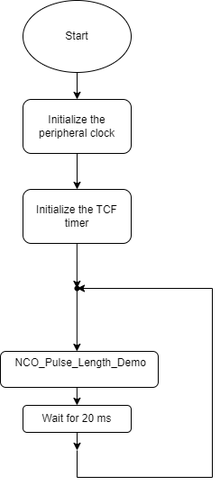
Above: images/ncoPlFlowchart.png in microchip-pic-avr-examples/avr16eb32-getting-started-with-tcf-mplab-mcc (draw.io), before the change. Source tidied: cells renumbered, new cells last; positions are measured from the earlier drawing's top-left corner, leaving out a move shared by most shapes. Source of this version:
```xml
<mxGraphModel>
  <root>
    <mxCell id="0" />
    <mxCell id="1" parent="0" />
    <mxCell id="2" style="edgeStyle=orthogonalEdgeStyle;rounded=0;jettySize=auto;html=1;" parent="1" edge="1" source="3" target="5">
      <mxGeometry relative="1" as="geometry" />
    </mxCell>
    <mxCell id="3" value="Start" style="ellipse;whiteSpace=wrap;html=1;" parent="1" vertex="1">
      <mxGeometry x="25" width="120" height="80" as="geometry" />
    </mxCell>
    <mxCell id="4" style="edgeStyle=orthogonalEdgeStyle;rounded=0;jettySize=auto;html=1;" parent="1" edge="1" source="5" target="6">
      <mxGeometry relative="1" as="geometry" />
    </mxCell>
    <mxCell id="5" value="Initialize the peripheral clock" style="rounded=1;whiteSpace=wrap;html=1;" parent="1" vertex="1">
      <mxGeometry x="25" y="110" width="120" height="60" as="geometry" />
    </mxCell>
    <mxCell id="6" value="Initialize the TCF timer" style="rounded=1;whiteSpace=wrap;html=1;" parent="1" vertex="1">
      <mxGeometry x="25" y="210" width="120" height="60" as="geometry" />
    </mxCell>
    <mxCell id="7" value="&lt;div&gt;&amp;nbsp;NCO_Pulse_Length_Demo&lt;/div&gt;&lt;div&gt;&lt;br&gt;&lt;/div&gt;" style="rounded=1;whiteSpace=wrap;html=1;" parent="1" vertex="1">
      <mxGeometry y="390" width="175" height="40" as="geometry" />
    </mxCell>
    <mxCell id="8" style="endArrow=classic;html=1;rounded=0;" parent="1" edge="1">
      <mxGeometry relative="1" as="geometry">
        <mxPoint x="84.9" y="270" as="sourcePoint" />
        <mxPoint x="84.9" y="320" as="targetPoint" />
      </mxGeometry>
    </mxCell>
    <mxCell id="9" style="endArrow=classic;html=1;rounded=0;entryX=0.441;entryY=0.667;entryDx=0;entryDy=0;entryPerimeter=0;" parent="1" edge="1">
      <mxGeometry relative="1" as="geometry">
        <mxPoint x="84.9" y="320" as="sourcePoint" />
        <mxPoint x="84.9" y="390" as="targetPoint" />
      </mxGeometry>
    </mxCell>
    <mxCell id="10" style="endArrow=classic;html=1;rounded=0;" parent="1" edge="1" source="15">
      <mxGeometry relative="1" as="geometry">
        <mxPoint x="85" y="500" as="targetPoint" />
      </mxGeometry>
    </mxCell>
    <mxCell id="11" style="endArrow=classic;html=1;rounded=0;edgeStyle=orthogonalEdgeStyle;" parent="1" edge="1" source="13">
      <mxGeometry relative="1" as="geometry">
        <mxPoint x="85" y="320" as="targetPoint" />
      </mxGeometry>
    </mxCell>
    <mxCell id="12" style="endArrow=classic;html=1;rounded=0;edgeStyle=orthogonalEdgeStyle;" parent="1" edge="1" target="13">
      <mxGeometry relative="1" as="geometry">
        <mxPoint x="85" y="500" as="sourcePoint" />
        <Array as="points">
          <mxPoint x="85" y="530" />
          <mxPoint x="235" y="530" />
          <mxPoint x="235" y="320" />
        </Array>
      </mxGeometry>
    </mxCell>
    <mxCell id="13" style="shape=waypoint;sketch=0;fillStyle=solid;size=6;points=[];fillColor=none;perimeter=centerPerimeter;snapToPoint=1;" parent="1" vertex="1">
      <mxGeometry x="75" y="310" width="20" height="20" as="geometry" />
    </mxCell>
    <mxCell id="14" style="endArrow=classic;html=1;rounded=0;" parent="1" edge="1" target="15">
      <mxGeometry relative="1" as="geometry">
        <mxPoint x="84.9" y="430" as="sourcePoint" />
      </mxGeometry>
    </mxCell>
    <mxCell id="15" value="Wait for 20 ms" style="rounded=1;whiteSpace=wrap;html=1;" parent="1" vertex="1">
      <mxGeometry x="25" y="450" width="120" height="30" as="geometry" />
    </mxCell>
  </root>
</mxGraphModel>
```
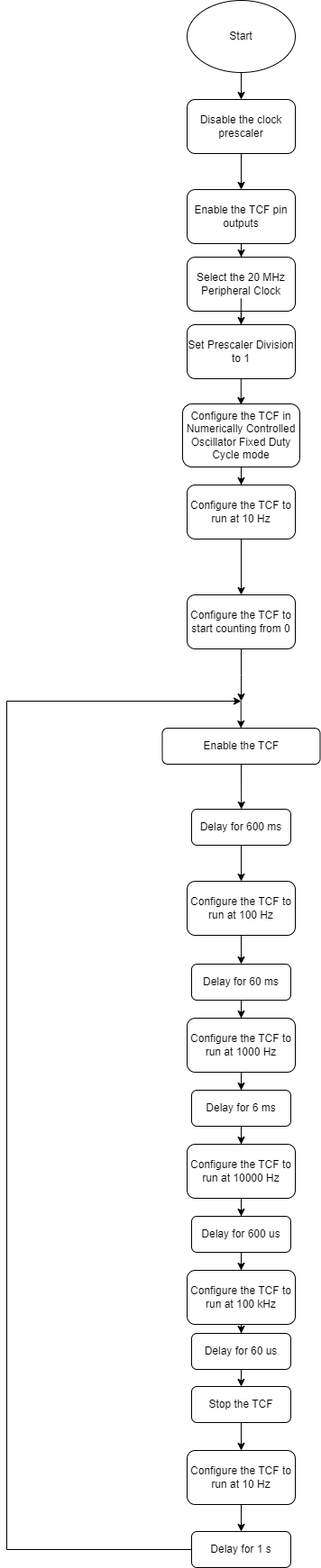
The same file after the commit.

The edit, as a diff of the source:
```diff
@@ -11,57 +11,156 @@
     <mxCell id="4" style="edgeStyle=orthogonalEdgeStyle;rounded=0;jettySize=auto;html=1;" parent="1" edge="1" source="5" target="6">
       <mxGeometry relative="1" as="geometry" />
     </mxCell>
-    <mxCell id="5" value="Initialize the peripheral clock" style="rounded=1;whiteSpace=wrap;html=1;" parent="1" vertex="1">
+    <mxCell id="5" value="Disable the clock prescaler" style="rounded=1;whiteSpace=wrap;html=1;" parent="1" vertex="1">
       <mxGeometry x="25" y="110" width="120" height="60" as="geometry" />
     </mxCell>
+    <mxCell id="16" style="edgeStyle=orthogonalEdgeStyle;rounded=0;jettySize=auto;html=1;" parent="1" edge="1" source="6" target="20">
+      <mxGeometry relative="1" as="geometry" />
+    </mxCell>
-    <mxCell id="6" value="Initialize the TCF timer" style="rounded=1;whiteSpace=wrap;html=1;" parent="1" vertex="1">
+    <mxCell id="6" value="Enable the TCF pin outputs" style="rounded=1;whiteSpace=wrap;html=1;" parent="1" vertex="1">
       <mxGeometry x="25" y="210" width="120" height="60" as="geometry" />
     </mxCell>
-    <mxCell id="7" value="&lt;div&gt;&amp;nbsp;NCO_Pulse_Length_Demo&lt;/div&gt;&lt;div&gt;&lt;br&gt;&lt;/div&gt;" style="rounded=1;whiteSpace=wrap;html=1;" parent="1" vertex="1">
-      <mxGeometry y="390" width="175" height="40" as="geometry" />
+    <mxCell id="7" value="Enable the TCF" style="rounded=1;whiteSpace=wrap;html=1;" parent="1" vertex="1">
+      <mxGeometry x="-2.5" y="808" width="175" height="40" as="geometry" />
     </mxCell>
-    <mxCell id="8" style="endArrow=classic;html=1;rounded=0;" parent="1" edge="1">
-      <mxGeometry relative="1" as="geometry">
-        <mxPoint x="84.9" y="270" as="sourcePoint" />
-        <mxPoint x="84.9" y="320" as="targetPoint" />
-      </mxGeometry>
-    </mxCell>
-    <mxCell id="9" style="endArrow=classic;html=1;rounded=0;entryX=0.441;entryY=0.667;entryDx=0;entryDy=0;entryPerimeter=0;" parent="1" edge="1">
-      <mxGeometry relative="1" as="geometry">
-        <mxPoint x="84.9" y="320" as="sourcePoint" />
-        <mxPoint x="84.9" y="390" as="targetPoint" />
-      </mxGeometry>
-    </mxCell>
-    <mxCell id="10" style="endArrow=classic;html=1;rounded=0;" parent="1" edge="1" source="15">
-      <mxGeometry relative="1" as="geometry">
-        <mxPoint x="85" y="500" as="targetPoint" />
-      </mxGeometry>
-    </mxCell>
-    <mxCell id="11" style="endArrow=classic;html=1;rounded=0;edgeStyle=orthogonalEdgeStyle;" parent="1" edge="1" source="13">
-      <mxGeometry relative="1" as="geometry">
-        <mxPoint x="85" y="320" as="targetPoint" />
-      </mxGeometry>
-    </mxCell>
-    <mxCell id="12" style="endArrow=classic;html=1;rounded=0;edgeStyle=orthogonalEdgeStyle;" parent="1" edge="1" target="13">
-      <mxGeometry relative="1" as="geometry">
-        <mxPoint x="85" y="500" as="sourcePoint" />
-        <Array as="points">
-          <mxPoint x="85" y="530" />
-          <mxPoint x="235" y="530" />
-          <mxPoint x="235" y="320" />
-        </Array>
-      </mxGeometry>
-    </mxCell>
-    <mxCell id="13" style="shape=waypoint;sketch=0;fillStyle=solid;size=6;points=[];fillColor=none;perimeter=centerPerimeter;snapToPoint=1;" parent="1" vertex="1">
-      <mxGeometry x="75" y="310" width="20" height="20" as="geometry" />
-    </mxCell>
-    <mxCell id="14" style="endArrow=classic;html=1;rounded=0;" parent="1" edge="1" target="15">
-      <mxGeometry relative="1" as="geometry">
-        <mxPoint x="84.9" y="430" as="sourcePoint" />
-      </mxGeometry>
-    </mxCell>
-    <mxCell id="15" value="Wait for 20 ms" style="rounded=1;whiteSpace=wrap;html=1;" parent="1" vertex="1">
-      <mxGeometry x="25" y="450" width="120" height="30" as="geometry" />
-    </mxCell>
+    <mxCell id="17" style="edgeStyle=orthogonalEdgeStyle;rounded=0;jettySize=auto;html=1;" parent="1" edge="1" source="18" target="30">
+      <mxGeometry relative="1" as="geometry" />
+    </mxCell>
+    <mxCell id="18" value="Delay for 600 ms" style="rounded=1;whiteSpace=wrap;html=1;" parent="1" vertex="1">
+      <mxGeometry x="30" y="898" width="110" height="40" as="geometry" />
+    </mxCell>
+    <mxCell id="19" style="edgeStyle=orthogonalEdgeStyle;rounded=0;jettySize=auto;html=1;" parent="1" edge="1" source="20" target="40">
+      <mxGeometry relative="1" as="geometry" />
+    </mxCell>
+    <mxCell id="20" value="Select the 20 MHz Peripheral Clock" style="rounded=1;whiteSpace=wrap;html=1;" parent="1" vertex="1">
+      <mxGeometry x="25" y="285" width="120" height="60" as="geometry" />
+    </mxCell>
+    <mxCell id="21" style="edgeStyle=orthogonalEdgeStyle;rounded=0;jettySize=auto;html=1;" parent="1" edge="1" source="22" target="24">
+      <mxGeometry relative="1" as="geometry" />
+    </mxCell>
+    <mxCell id="22" value="Configure the TCF in Numerically Controlled Oscillator Fixed Duty Cycle mode" style="rounded=1;whiteSpace=wrap;html=1;" parent="1" vertex="1">
+      <mxGeometry x="20" y="448" width="130" height="70" as="geometry" />
+    </mxCell>
+    <mxCell id="23" style="edgeStyle=orthogonalEdgeStyle;rounded=0;jettySize=auto;html=1;" parent="1" edge="1" source="24" target="27">
+      <mxGeometry relative="1" as="geometry" />
+    </mxCell>
+    <mxCell id="24" value="Configure the TCF to run at 10 Hz" style="rounded=1;whiteSpace=wrap;html=1;" parent="1" vertex="1">
+      <mxGeometry x="25" y="538" width="120" height="60" as="geometry" />
+    </mxCell>
+    <mxCell id="25" style="edgeStyle=orthogonalEdgeStyle;rounded=0;jettySize=auto;html=1;" parent="1" edge="1" source="27" target="28">
+      <mxGeometry relative="1" as="geometry">
+        <Array as="points">
+          <mxPoint x="85" y="740" />
+        </Array>
+      </mxGeometry>
+    </mxCell>
+    <mxCell id="26" style="edgeStyle=orthogonalEdgeStyle;rounded=0;jettySize=auto;html=1;" parent="1" edge="1" source="27">
+      <mxGeometry relative="1" as="geometry">
+        <mxPoint x="85" y="778" as="targetPoint" />
+      </mxGeometry>
+    </mxCell>
+    <mxCell id="27" value="Configure the TCF to start counting from 0" style="rounded=1;whiteSpace=wrap;html=1;" parent="1" vertex="1">
+      <mxGeometry x="25" y="660" width="120" height="60" as="geometry" />
+    </mxCell>
+    <mxCell id="28" style="ellipse;whiteSpace=wrap;html=1;" parent="1" vertex="1">
+      <mxGeometry x="-325" y="-240" as="geometry" />
+    </mxCell>
+    <mxCell id="29" style="edgeStyle=orthogonalEdgeStyle;rounded=0;jettySize=auto;html=1;" parent="1" edge="1" source="30" target="42">
+      <mxGeometry relative="1" as="geometry" />
+    </mxCell>
+    <mxCell id="30" value="Configure the TCF to run at 100 Hz" style="rounded=1;whiteSpace=wrap;html=1;" parent="1" vertex="1">
+      <mxGeometry x="25" y="978" width="120" height="60" as="geometry" />
+    </mxCell>
+    <mxCell id="31" style="endArrow=classic;html=1;rounded=0;exitX=0.5;exitY=1;exitDx=0;exitDy=0;" parent="1" edge="1" source="7">
+      <mxGeometry relative="1" as="geometry">
+        <mxPoint x="85.2" y="898" as="targetPoint" />
+      </mxGeometry>
+    </mxCell>
+    <mxCell id="32" style="edgeStyle=orthogonalEdgeStyle;rounded=0;jettySize=auto;html=1;entryX=0.5;entryY=0;entryDx=0;entryDy=0;" parent="1" edge="1" target="35">
+      <mxGeometry relative="1" as="geometry">
+        <mxPoint x="85" y="1579" as="sourcePoint" />
+      </mxGeometry>
+    </mxCell>
+    <mxCell id="33" value="Stop the TCF" style="rounded=1;whiteSpace=wrap;html=1;" parent="1" vertex="1">
+      <mxGeometry x="30" y="1539" width="110" height="40" as="geometry" />
+    </mxCell>
+    <mxCell id="34" style="edgeStyle=orthogonalEdgeStyle;rounded=0;jettySize=auto;html=1;" parent="1" edge="1" source="35" target="37">
+      <mxGeometry relative="1" as="geometry" />
+    </mxCell>
+    <mxCell id="35" value="Configure the TCF to run at 10 Hz" style="rounded=1;whiteSpace=wrap;html=1;" parent="1" vertex="1">
+      <mxGeometry x="25" y="1610" width="120" height="60" as="geometry" />
+    </mxCell>
+    <mxCell id="36" style="edgeStyle=orthogonalEdgeStyle;rounded=0;jettySize=auto;html=1;exitX=0;exitY=0.5;exitDx=0;exitDy=0;" parent="1" edge="1" source="37">
+      <mxGeometry relative="1" as="geometry">
+        <mxPoint x="85" y="778" as="targetPoint" />
+        <Array as="points">
+          <mxPoint x="-175" y="1720" />
+          <mxPoint x="-175" y="778" />
+        </Array>
+      </mxGeometry>
+    </mxCell>
+    <mxCell id="37" value="Delay for 1 s" style="rounded=1;whiteSpace=wrap;html=1;" parent="1" vertex="1">
+      <mxGeometry x="30" y="1700" width="110" height="40" as="geometry" />
+    </mxCell>
+    <mxCell id="38" style="endArrow=classic;html=1;rounded=0;" parent="1" edge="1">
+      <mxGeometry relative="1" as="geometry">
+        <mxPoint x="84.7" y="778" as="sourcePoint" />
+        <mxPoint x="84.7" y="808" as="targetPoint" />
+      </mxGeometry>
+    </mxCell>
+    <mxCell id="39" style="edgeStyle=orthogonalEdgeStyle;rounded=0;orthogonalLoop=1;jettySize=auto;html=1;" parent="1" edge="1">
+      <mxGeometry relative="1" as="geometry">
+        <mxPoint x="84.8" y="331" as="sourcePoint" />
+        <mxPoint x="84.8" y="449" as="targetPoint" />
+      </mxGeometry>
+    </mxCell>
+    <mxCell id="40" value="Set Prescaler Division to 1" style="rounded=1;whiteSpace=wrap;html=1;" parent="1" vertex="1">
+      <mxGeometry x="25" y="360" width="120" height="60" as="geometry" />
+    </mxCell>
+    <mxCell id="41" style="edgeStyle=orthogonalEdgeStyle;rounded=0;jettySize=auto;html=1;" parent="1" edge="1" source="42" target="44">
+      <mxGeometry relative="1" as="geometry" />
+    </mxCell>
+    <mxCell id="42" value="Delay for 60 ms" style="rounded=1;whiteSpace=wrap;html=1;" parent="1" vertex="1">
+      <mxGeometry x="30" y="1070" width="110" height="40" as="geometry" />
+    </mxCell>
+    <mxCell id="43" style="edgeStyle=orthogonalEdgeStyle;rounded=0;jettySize=auto;html=1;entryX=0.5;entryY=0;entryDx=0;entryDy=0;" parent="1" edge="1" source="44" target="46">
+      <mxGeometry relative="1" as="geometry" />
+    </mxCell>
+    <mxCell id="44" value="Configure the TCF to run at 1000 Hz" style="rounded=1;whiteSpace=wrap;html=1;" parent="1" vertex="1">
+      <mxGeometry x="25" y="1130" width="120" height="60" as="geometry" />
+    </mxCell>
+    <mxCell id="45" style="edgeStyle=orthogonalEdgeStyle;rounded=0;jettySize=auto;html=1;" parent="1" edge="1" source="46" target="48">
+      <mxGeometry relative="1" as="geometry" />
+    </mxCell>
+    <mxCell id="46" value="Delay for 6 ms" style="rounded=1;whiteSpace=wrap;html=1;" parent="1" vertex="1">
+      <mxGeometry x="30" y="1210" width="110" height="40" as="geometry" />
+    </mxCell>
+    <mxCell id="47" style="edgeStyle=orthogonalEdgeStyle;rounded=0;jettySize=auto;html=1;entryX=0.5;entryY=0;entryDx=0;entryDy=0;" parent="1" edge="1" source="48" target="50">
+      <mxGeometry relative="1" as="geometry" />
+    </mxCell>
+    <mxCell id="48" value="Configure the TCF to run at 10000 Hz" style="rounded=1;whiteSpace=wrap;html=1;" parent="1" vertex="1">
+      <mxGeometry x="25" y="1270" width="120" height="60" as="geometry" />
+    </mxCell>
+    <mxCell id="49" style="edgeStyle=orthogonalEdgeStyle;rounded=0;jettySize=auto;html=1;" parent="1" edge="1" source="50" target="52">
+      <mxGeometry relative="1" as="geometry" />
+    </mxCell>
+    <mxCell id="50" value="Delay for 600 us" style="rounded=1;whiteSpace=wrap;html=1;" parent="1" vertex="1">
+      <mxGeometry x="30" y="1350" width="110" height="40" as="geometry" />
+    </mxCell>
+    <mxCell id="51" style="edgeStyle=orthogonalEdgeStyle;rounded=0;jettySize=auto;html=1;" parent="1" edge="1" source="52" target="54">
+      <mxGeometry relative="1" as="geometry" />
+    </mxCell>
+    <mxCell id="52" value="Configure the TCF to run at 100 kHz" style="rounded=1;whiteSpace=wrap;html=1;" parent="1" vertex="1">
+      <mxGeometry x="25" y="1410" width="120" height="60" as="geometry" />
+    </mxCell>
+    <mxCell id="53" style="edgeStyle=orthogonalEdgeStyle;rounded=0;orthogonalLoop=1;jettySize=auto;html=1;entryX=0.5;entryY=0;entryDx=0;entryDy=0;" parent="1" edge="1">
+      <mxGeometry relative="1" as="geometry">
+        <mxPoint x="85" y="1520" as="sourcePoint" />
+        <mxPoint x="85" y="1539" as="targetPoint" />
+      </mxGeometry>
+    </mxCell>
+    <mxCell id="54" value="Delay for 60 us" style="rounded=1;whiteSpace=wrap;html=1;" parent="1" vertex="1">
+      <mxGeometry x="30" y="1480" width="110" height="40" as="geometry" />
+    </mxCell>
   </root>
 </mxGraphModel>
```
